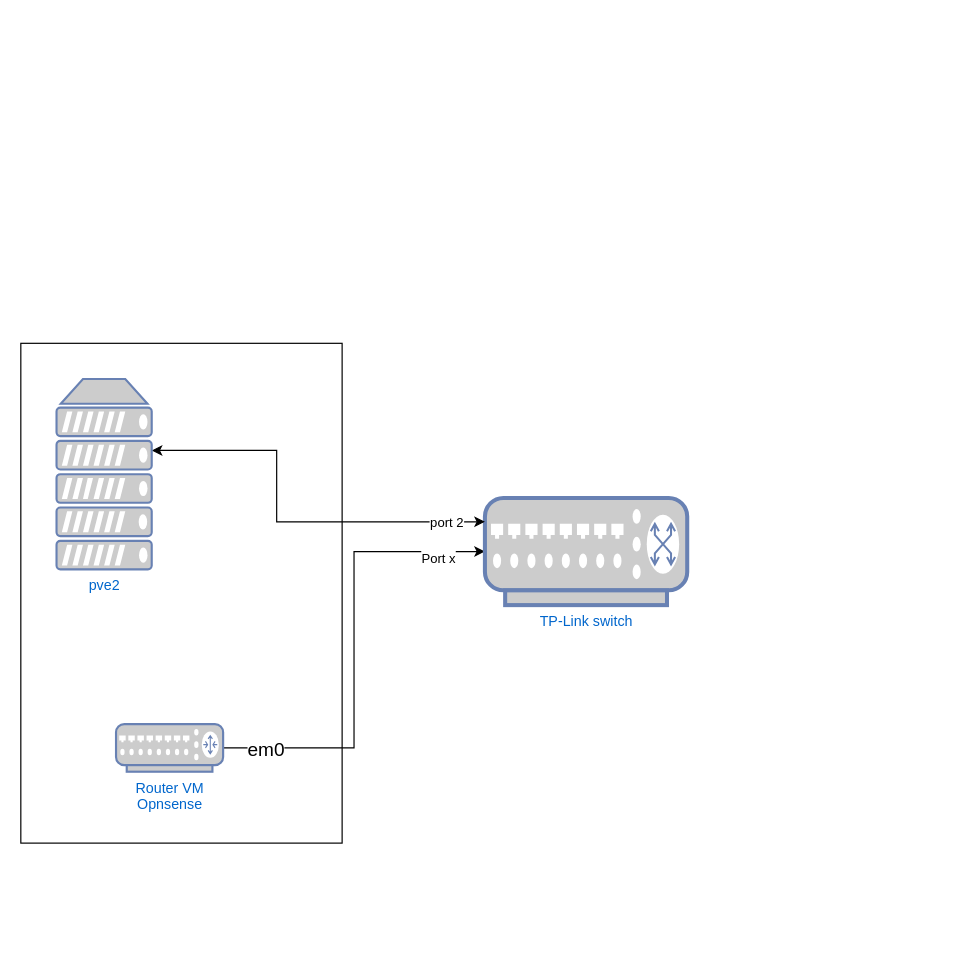
This is page "Over All" (1 of 4) of network.drawio from wyxtpthll/testas, a draw.io file, before an edit. Source tidied: cells renumbered, new cells numbered last; positions are measured from the earlier drawing's top-left corner, leaving out a move shared by most shapes. Both pictures are drawn from the tidied source at 119%, with x=0, y=0 at pixel (20, 343).
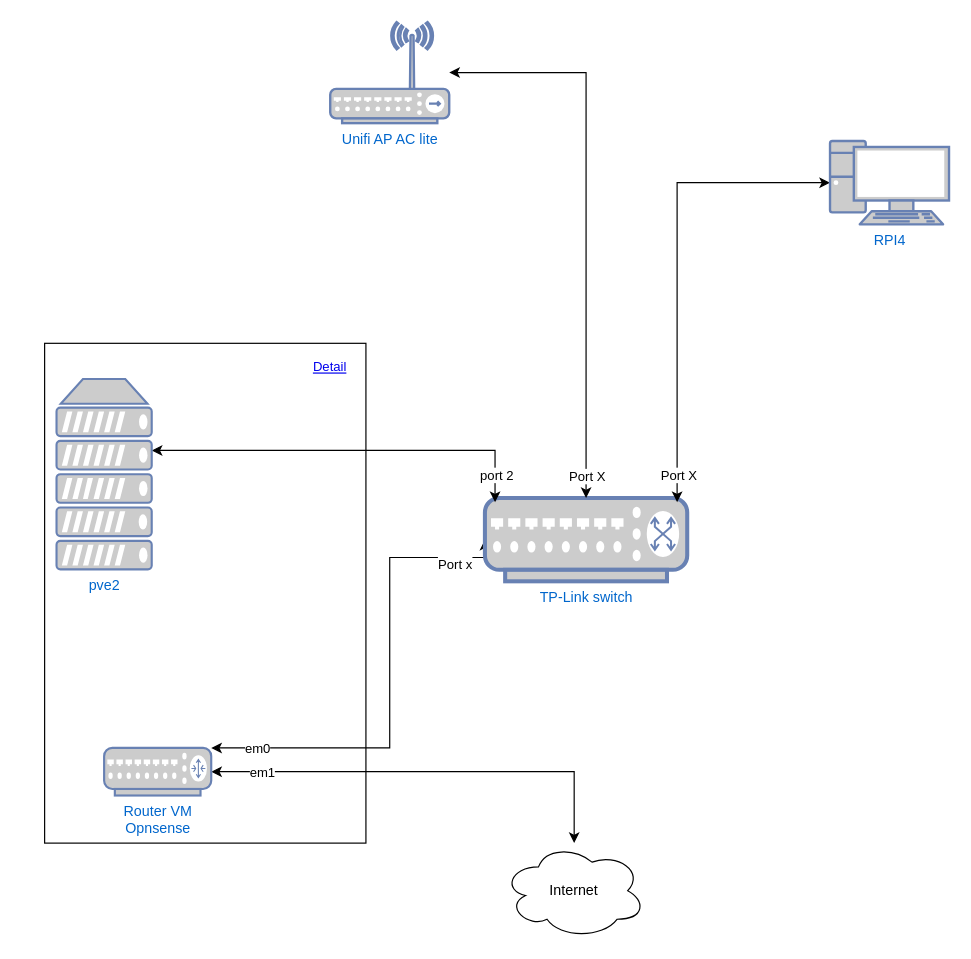
Above is the later version.

Diff of the diagram source:
```diff
@@
-    <mxCell id="2" style="rounded=0;whiteSpace=wrap;html=1;" parent="1" vertex="1">
-      <mxGeometry width="270" height="420" as="geometry" />
+    <mxCell id="2" style="rounded=0;whiteSpace=wrap;html=1;glass=0;" parent="1" vertex="1">
+      <mxGeometry x="20" width="270" height="420" as="geometry" />
     </mxCell>
-    <mxCell id="3" style="edgeStyle=orthogonalEdgeStyle;rounded=0;jettySize=auto;html=1;entryX=0;entryY=0.5;entryDx=0;entryDy=0;entryPerimeter=0;" parent="1" edge="1" source="6" target="7">
-      <mxGeometry relative="1" as="geometry" />
+    <mxCell id="3" style="edgeStyle=orthogonalEdgeStyle;rounded=0;jettySize=auto;html=1;entryX=0;entryY=0.5;entryDx=0;entryDy=0;entryPerimeter=0;startArrow=classic;startFill=1;" parent="1" edge="1" source="6" target="7">
+      <mxGeometry relative="1" as="geometry">
+        <Array as="points">
+          <mxPoint x="310" y="340" />
+          <mxPoint x="310" y="180" />
+          <mxPoint x="390" y="180" />
+        </Array>
+      </mxGeometry>
     </mxCell>
-    <mxCell id="4" value="em0" style="edgeLabel;html=1;align=center;verticalAlign=middle;fontSize=16;" parent="3" vertex="1">
+    <mxCell id="4" value="em0" style="edgeLabel;html=1;align=center;verticalAlign=middle;fontSize=11;rounded=0;" parent="3" vertex="1">
       <mxGeometry x="-0.69" y="-2" relative="1" as="geometry">
         <mxPoint x="-25" y="-2" as="offset" />
       </mxGeometry>
     </mxCell>
-    <mxCell id="5" value="Port x" style="edgeLabel;html=1;align=center;verticalAlign=middle;" parent="3" vertex="1">
+    <mxCell id="5" value="Port x" style="edgeLabel;html=1;align=center;verticalAlign=middle;rounded=0;" parent="3" vertex="1">
       <mxGeometry x="0.86" relative="1" as="geometry">
         <mxPoint x="-13" y="5" as="offset" />
       </mxGeometry>
     </mxCell>
+    <mxCell id="11" style="edgeStyle=orthogonalEdgeStyle;rounded=0;jettySize=auto;html=1;startArrow=classic;startFill=1;" parent="1" edge="1" source="6" target="19">
+      <mxGeometry relative="1" as="geometry">
+        <Array as="points">
+          <mxPoint x="465" y="360" />
+        </Array>
+      </mxGeometry>
+    </mxCell>
+    <mxCell id="12" value="em1" style="edgeLabel;html=1;align=center;verticalAlign=middle;rounded=0;" parent="11" vertex="1">
+      <mxGeometry x="-0.77" relative="1" as="geometry" />
+    </mxCell>
-    <mxCell id="6" value="Router VM&lt;br&gt;Opnsense" style="fontColor=#0066CC;verticalAlign=top;verticalLabelPosition=bottom;labelPosition=center;align=center;html=1;outlineConnect=0;fillColor=#CCCCCC;strokeColor=#6881B3;gradientColor=none;gradientDirection=north;strokeWidth=2;shape=mxgraph.networks.router;" parent="1" vertex="1">
-      <mxGeometry x="80" y="320" width="90" height="40" as="geometry" />
+    <mxCell id="6" value="Router VM&lt;br&gt;Opnsense" style="fontColor=#0066CC;verticalAlign=top;verticalLabelPosition=bottom;labelPosition=center;align=center;html=1;outlineConnect=0;fillColor=#CCCCCC;strokeColor=#6881B3;gradientColor=none;gradientDirection=north;strokeWidth=2;shape=mxgraph.networks.router;rounded=0;" parent="1" vertex="1">
+      <mxGeometry x="70" y="340" width="90" height="40" as="geometry" />
     </mxCell>
-    <mxCell id="7" value="TP-Link switch" style="fontColor=#0066CC;verticalAlign=top;verticalLabelPosition=bottom;labelPosition=center;align=center;html=1;outlineConnect=0;fillColor=#CCCCCC;strokeColor=#6881B3;gradientColor=none;gradientDirection=north;strokeWidth=2;shape=mxgraph.networks.switch;" parent="1" vertex="1">
-      <mxGeometry x="390" y="130" width="170" height="90" as="geometry" />
+    <mxCell id="7" value="TP-Link switch" style="fontColor=#0066CC;verticalAlign=top;verticalLabelPosition=bottom;labelPosition=center;align=center;html=1;outlineConnect=0;fillColor=#CCCCCC;strokeColor=#6881B3;gradientColor=none;gradientDirection=north;strokeWidth=2;shape=mxgraph.networks.switch;rounded=0;" parent="1" vertex="1">
+      <mxGeometry x="390" y="130" width="170" height="70" as="geometry" />
     </mxCell>
-    <mxCell id="8" style="edgeStyle=orthogonalEdgeStyle;rounded=0;jettySize=auto;html=1;startArrow=classic;startFill=1;" parent="1" edge="1" source="10" target="7">
+    <mxCell id="8" style="edgeStyle=orthogonalEdgeStyle;rounded=0;jettySize=auto;html=1;startArrow=classic;startFill=1;entryX=0.05;entryY=0.05;entryDx=0;entryDy=0;entryPerimeter=0;" parent="1" edge="1" source="10" target="7">
       <mxGeometry relative="1" as="geometry">
         <Array as="points">
-          <mxPoint x="215" y="90" />
-          <mxPoint x="215" y="150" />
+          <mxPoint x="399" y="90" />
         </Array>
       </mxGeometry>
     </mxCell>
-    <mxCell id="9" value="port 2" style="edgeLabel;html=1;align=center;verticalAlign=middle;" parent="8" vertex="1">
+    <mxCell id="9" value="port 2" style="edgeLabel;html=1;align=center;verticalAlign=middle;rounded=0;" parent="8" vertex="1">
       <mxGeometry x="0.7" y="-2" relative="1" as="geometry">
-        <mxPoint x="18" y="-2" as="offset" />
+        <mxPoint x="7" y="18" as="offset" />
       </mxGeometry>
     </mxCell>
-    <mxCell id="10" value="pve2" style="fontColor=#0066CC;verticalAlign=top;verticalLabelPosition=bottom;labelPosition=center;align=center;html=1;outlineConnect=0;fillColor=#CCCCCC;strokeColor=#6881B3;gradientColor=none;gradientDirection=north;strokeWidth=2;shape=mxgraph.networks.server;" parent="1" vertex="1">
+    <mxCell id="10" value="pve2" style="fontColor=#0066CC;verticalAlign=top;verticalLabelPosition=bottom;labelPosition=center;align=center;html=1;outlineConnect=0;fillColor=#CCCCCC;strokeColor=#6881B3;gradientColor=none;gradientDirection=north;strokeWidth=2;shape=mxgraph.networks.server;rounded=0;" parent="1" vertex="1">
       <mxGeometry x="30" y="30" width="80" height="160" as="geometry" />
     </mxCell>
+    <mxCell id="13" style="edgeStyle=orthogonalEdgeStyle;rounded=0;jettySize=auto;html=1;startArrow=classic;startFill=1;" parent="1" edge="1" source="15" target="7">
+      <mxGeometry relative="1" as="geometry" />
+    </mxCell>
+    <mxCell id="14" value="Port X" style="edgeLabel;html=1;align=center;verticalAlign=middle;rounded=0;" parent="13" vertex="1">
+      <mxGeometry x="0.85" y="1" relative="1" as="geometry">
+        <mxPoint x="-1" y="17" as="offset" />
+      </mxGeometry>
+    </mxCell>
+    <mxCell id="15" value="Unifi AP AC lite" style="fontColor=#0066CC;verticalAlign=top;verticalLabelPosition=bottom;labelPosition=center;align=center;html=1;outlineConnect=0;fillColor=#CCCCCC;strokeColor=#6881B3;gradientColor=none;gradientDirection=north;strokeWidth=2;shape=mxgraph.networks.wireless_hub;rounded=0;" parent="1" vertex="1">
+      <mxGeometry x="260" y="-270" width="100" height="85" as="geometry" />
+    </mxCell>
+    <mxCell id="16" style="edgeStyle=orthogonalEdgeStyle;rounded=0;jettySize=auto;html=1;entryX=0.95;entryY=0.05;entryDx=0;entryDy=0;entryPerimeter=0;startArrow=classic;startFill=1;" parent="1" edge="1" source="18" target="7">
+      <mxGeometry relative="1" as="geometry" />
+    </mxCell>
+    <mxCell id="17" value="Port X" style="edgeLabel;html=1;align=center;verticalAlign=middle;rounded=0;" parent="16" vertex="1">
+      <mxGeometry x="0.75" y="1" relative="1" as="geometry">
+        <mxPoint y="27" as="offset" />
+      </mxGeometry>
+    </mxCell>
+    <mxCell id="18" value="RPI4" style="fontColor=#0066CC;verticalAlign=top;verticalLabelPosition=bottom;labelPosition=center;align=center;html=1;outlineConnect=0;fillColor=#CCCCCC;strokeColor=#6881B3;gradientColor=none;gradientDirection=north;strokeWidth=2;shape=mxgraph.networks.pc;rounded=0;" parent="1" vertex="1">
+      <mxGeometry x="680" y="-170" width="100" height="70" as="geometry" />
+    </mxCell>
+    <mxCell id="19" value="Internet" style="ellipse;shape=cloud;whiteSpace=wrap;html=1;rounded=0;" parent="1" vertex="1">
+      <mxGeometry x="405" y="420" width="120" height="80" as="geometry" />
+    </mxCell>
+    <mxCell id="20" value="Detail" style="text;html=1;strokeColor=none;fillColor=none;whiteSpace=wrap;align=center;verticalAlign=middle;fontColor=#0000EE;fontStyle=4;fontSize=11;rounded=0;" parent="1" vertex="1">
+      <mxGeometry x="230" width="60" height="40" as="geometry" />
+    </mxCell>
```
